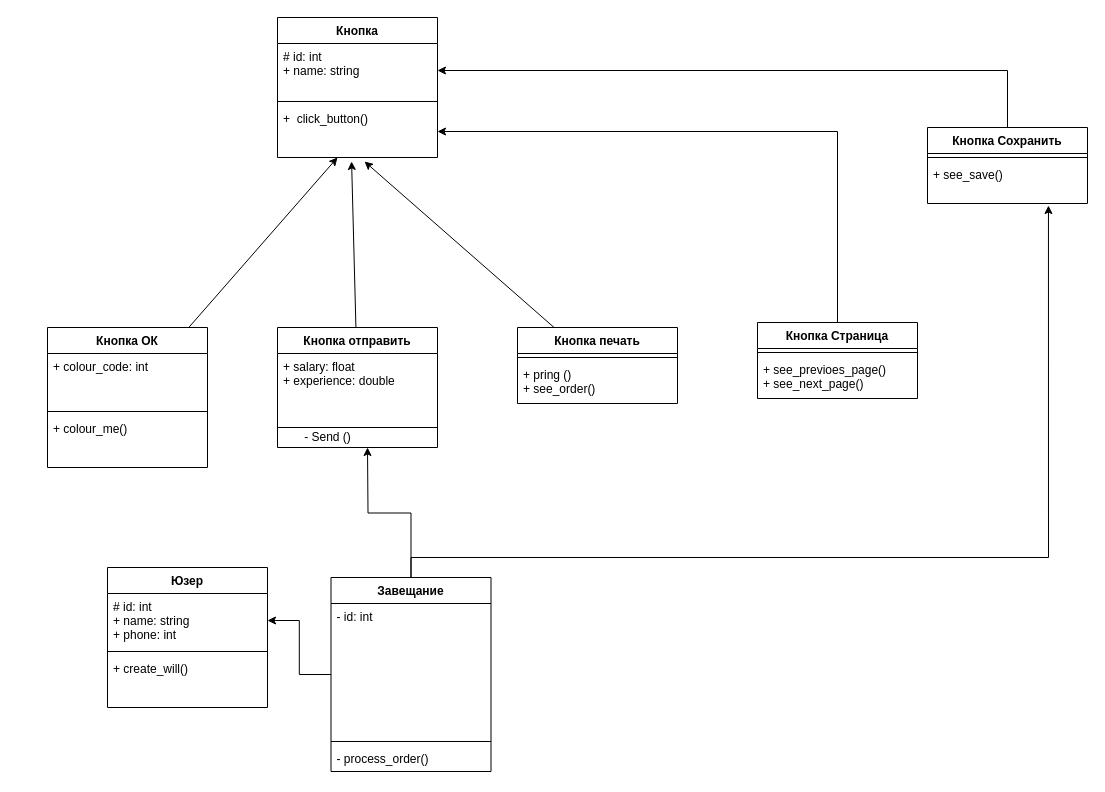
The draw.io diagram page "д-ма классов" (6 of 7) of afterlife.drawio.xml in EMitochondria/UML, before the edit. Source tidied: cells renumbered, new cells numbered last; positions are measured from the earlier drawing's top-left corner, leaving out a move shared by most shapes. Both pictures are drawn from the tidied source at 100%, with x=0, y=0 at pixel (47, 17).
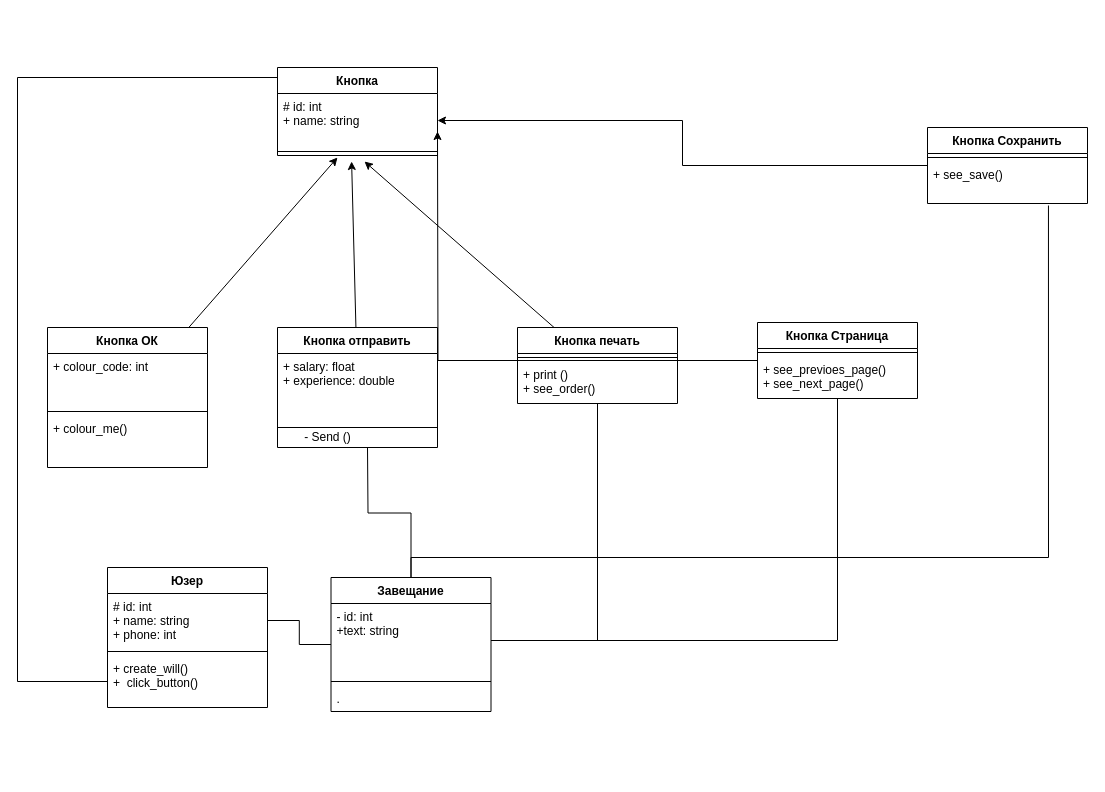
The same diagram, later.

The change refers to these unchanged cells:
```xml
<mxCell id="3" value="Кнопка ОК" style="swimlane;fontStyle=1;align=center;verticalAlign=top;horizontal=1;startSize=26;" parent="1" vertex="1">
  <mxGeometry y="310" width="160" height="140" as="geometry" />
</mxCell>
<mxCell id="9" value="Кнопка отправить" style="swimlane;fontStyle=1;align=center;verticalAlign=top;horizontal=1;startSize=26;" parent="1" vertex="1">
  <mxGeometry x="230" y="310" width="160" height="120" as="geometry" />
</mxCell>
<mxCell id="20" value="Кнопка печать" style="swimlane;fontStyle=1;align=center;verticalAlign=top;horizontal=1;startSize=26;" parent="1" vertex="1">
  <mxGeometry x="470" y="310" width="160" height="76" as="geometry" />
</mxCell>
<mxCell id="29" value="Кнопка Страница" style="swimlane;fontStyle=1;align=center;verticalAlign=top;horizontal=1;startSize=26;" parent="1" vertex="1">
  <mxGeometry x="710" y="305" width="160" height="76" as="geometry" />
</mxCell>
<mxCell id="35" value="+ see_save()" style="text;strokeColor=none;fillColor=none;align=left;verticalAlign=top;spacingLeft=4;spacingRight=4;overflow=hidden;points=[[0,0.5],[1,0.5]];portConstraint=eastwest;" parent="33" vertex="1">
  <mxGeometry y="34" width="160" height="42" as="geometry" />
</mxCell>
<mxCell id="36" value="Юзер" style="swimlane;fontStyle=1;align=center;verticalAlign=top;horizontal=1;startSize=26;" parent="1" vertex="1">
  <mxGeometry x="60" y="550" width="160" height="140" as="geometry" />
</mxCell>
<mxCell id="37" value="# id: int&#10;+ name: string&#10;+ phone: int &#10;&#10;" style="text;strokeColor=none;fillColor=none;align=left;verticalAlign=top;spacingLeft=4;spacingRight=4;overflow=hidden;points=[[0,0.5],[1,0.5]];portConstraint=eastwest;" parent="36" vertex="1">
  <mxGeometry y="26" width="160" height="54" as="geometry" />
</mxCell>
```

The edit, as a diff of the source:
```diff
@@
-    <mxCell id="2" style="edgeStyle=none;rounded=0;jettySize=auto;html=1;entryX=0.375;entryY=1;entryDx=0;entryDy=0;entryPerimeter=0;endArrow=classic;endFill=1;elbow=vertical;" parent="1" edge="1" source="3" target="26">
-      <mxGeometry relative="1" as="geometry" />
+    <mxCell id="2" style="edgeStyle=none;rounded=0;jettySize=auto;html=1;entryX=0.375;entryY=1;entryDx=0;entryDy=0;entryPerimeter=0;endArrow=classic;endFill=1;elbow=vertical;" parent="1" edge="1" source="3">
+      <mxGeometry relative="1" as="geometry">
+        <mxPoint x="290" y="140" as="targetPoint" />
+      </mxGeometry>
     </mxCell>
@@
-    <mxCell id="8" style="edgeStyle=none;rounded=0;jettySize=auto;html=1;entryX=0.463;entryY=1.077;entryDx=0;entryDy=0;entryPerimeter=0;endArrow=classic;endFill=1;elbow=vertical;" parent="1" edge="1" source="9" target="26">
-      <mxGeometry relative="1" as="geometry" />
+    <mxCell id="8" style="edgeStyle=none;rounded=0;jettySize=auto;html=1;entryX=0.463;entryY=1.077;entryDx=0;entryDy=0;entryPerimeter=0;endArrow=classic;endFill=1;elbow=vertical;" parent="1" edge="1" source="9">
+      <mxGeometry relative="1" as="geometry">
+        <mxPoint x="304.1" y="144" as="targetPoint" />
+      </mxGeometry>
     </mxCell>
@@
-    <mxCell id="12" style="edgeStyle=orthogonalEdgeStyle;rounded=0;jettySize=auto;html=1;entryX=1;entryY=0.5;entryDx=0;entryDy=0;" parent="1" edge="1" source="15" target="37">
+    <mxCell id="12" style="edgeStyle=orthogonalEdgeStyle;rounded=0;jettySize=auto;html=1;entryX=1;entryY=0.5;entryDx=0;entryDy=0;endArrow=none;endFill=0;" parent="1" edge="1" source="15" target="37">
       <mxGeometry relative="1" as="geometry" />
     </mxCell>
-    <mxCell id="13" style="edgeStyle=orthogonalEdgeStyle;rounded=0;jettySize=auto;html=1;entryX=0.756;entryY=1.048;entryDx=0;entryDy=0;entryPerimeter=0;" parent="1" edge="1" source="15" target="35">
+    <mxCell id="13" style="edgeStyle=orthogonalEdgeStyle;rounded=0;jettySize=auto;html=1;entryX=0.756;entryY=1.048;entryDx=0;entryDy=0;entryPerimeter=0;endArrow=none;endFill=0;" parent="1" edge="1" source="15" target="35">
       <mxGeometry relative="1" as="geometry">
         <Array as="points">
           <mxPoint x="364" y="540" />
           <mxPoint x="1001" y="540" />
         </Array>
       </mxGeometry>
     </mxCell>
-    <mxCell id="14" style="edgeStyle=orthogonalEdgeStyle;rounded=0;jettySize=auto;html=1;" parent="1" edge="1" source="15">
+    <mxCell id="14" style="edgeStyle=orthogonalEdgeStyle;rounded=0;jettySize=auto;html=1;endArrow=none;endFill=0;" parent="1" edge="1" source="15">
       <mxGeometry relative="1" as="geometry">
         <mxPoint x="320" y="430" as="targetPoint" />
       </mxGeometry>
     </mxCell>
     <mxCell id="15" value="Завещание" style="swimlane;fontStyle=1;align=center;verticalAlign=top;horizontal=1;startSize=26;" parent="1" vertex="1">
-      <mxGeometry x="283.5" y="560" width="160" height="194" as="geometry" />
+      <mxGeometry x="283.5" y="560" width="160" height="134" as="geometry" />
     </mxCell>
-    <mxCell id="16" value="- id: int&#10;" style="text;strokeColor=none;fillColor=none;align=left;verticalAlign=top;spacingLeft=4;spacingRight=4;overflow=hidden;points=[[0,0.5],[1,0.5]];portConstraint=eastwest;" parent="15" vertex="1">
-      <mxGeometry y="26" width="160" height="134" as="geometry" />
+    <mxCell id="16" value="- id: int&#10;+text: string" style="text;strokeColor=none;fillColor=none;align=left;verticalAlign=top;spacingLeft=4;spacingRight=4;overflow=hidden;points=[[0,0.5],[1,0.5]];portConstraint=eastwest;" parent="15" vertex="1">
+      <mxGeometry y="26" width="160" height="74" as="geometry" />
     </mxCell>
     <mxCell id="17" style="line;strokeWidth=1;fillColor=none;align=left;verticalAlign=middle;spacingTop=-1;spacingLeft=3;spacingRight=3;labelPosition=right;" parent="15" vertex="1">
-      <mxGeometry y="160" width="160" height="8" as="geometry" />
+      <mxGeometry y="100" width="160" height="8" as="geometry" />
     </mxCell>
-    <mxCell id="18" value="- process_order()" style="text;strokeColor=none;fillColor=none;align=left;verticalAlign=top;spacingLeft=4;spacingRight=4;overflow=hidden;" parent="15" vertex="1">
-      <mxGeometry y="168" width="160" height="26" as="geometry" />
+    <mxCell id="18" value="." style="text;strokeColor=none;fillColor=none;align=left;verticalAlign=top;spacingLeft=4;spacingRight=4;overflow=hidden;" parent="15" vertex="1">
+      <mxGeometry y="108" width="160" height="26" as="geometry" />
     </mxCell>
-    <mxCell id="19" style="edgeStyle=none;rounded=0;jettySize=auto;html=1;entryX=0.544;entryY=1.077;entryDx=0;entryDy=0;entryPerimeter=0;endArrow=classic;endFill=1;elbow=vertical;" parent="1" edge="1" source="20" target="26">
-      <mxGeometry relative="1" as="geometry" />
+    <mxCell id="19" style="edgeStyle=none;rounded=0;jettySize=auto;html=1;entryX=0.544;entryY=1.077;entryDx=0;entryDy=0;entryPerimeter=0;endArrow=classic;endFill=1;elbow=vertical;" parent="1" edge="1" source="20">
+      <mxGeometry relative="1" as="geometry">
+        <mxPoint x="317" y="144" as="targetPoint" />
+      </mxGeometry>
     </mxCell>
+    <mxCell id="40" style="edgeStyle=orthogonalEdgeStyle;rounded=0;jettySize=auto;html=1;endArrow=none;endFill=0;" parent="1" edge="1" source="20" target="16">
+      <mxGeometry relative="1" as="geometry" />
+    </mxCell>
@@
-    <mxCell id="22" value="+ pring ()&#10;+ see_order()" style="text;strokeColor=none;fillColor=none;align=left;verticalAlign=top;spacingLeft=4;spacingRight=4;overflow=hidden;" parent="20" vertex="1">
+    <mxCell id="22" value="+ print ()&#10;+ see_order()" style="text;strokeColor=none;fillColor=none;align=left;verticalAlign=top;spacingLeft=4;spacingRight=4;overflow=hidden;" parent="20" vertex="1">
       <mxGeometry y="34" width="160" height="42" as="geometry" />
     </mxCell>
+    <mxCell id="41" style="edgeStyle=orthogonalEdgeStyle;rounded=0;jettySize=auto;html=1;endArrow=none;endFill=0;entryX=0;entryY=0.5;entryDx=0;entryDy=0;" parent="1" edge="1" target="39">
+      <mxGeometry relative="1" as="geometry">
+        <mxPoint x="230" y="84" as="sourcePoint" />
+        <Array as="points">
+          <mxPoint x="230" y="60" />
+          <mxPoint x="-30" y="60" />
+          <mxPoint x="-30" y="664" />
+        </Array>
+      </mxGeometry>
+    </mxCell>
     <mxCell id="23" value="Кнопка" style="swimlane;fontStyle=1;align=center;verticalAlign=top;horizontal=1;startSize=26;" parent="1" vertex="1">
-      <mxGeometry x="230" width="160" height="140" as="geometry" />
+      <mxGeometry x="230" y="50" width="160" height="88" as="geometry" />
     </mxCell>
@@
-    <mxCell id="26" value="+  click_button()" style="text;strokeColor=none;fillColor=none;align=left;verticalAlign=top;spacingLeft=4;spacingRight=4;overflow=hidden;points=[[0,0.5],[1,0.5]];portConstraint=eastwest;" parent="23" vertex="1">
-      <mxGeometry y="88" width="160" height="52" as="geometry" />
-    </mxCell>
@@
-    <mxCell id="28" style="edgeStyle=orthogonalEdgeStyle;rounded=0;jettySize=auto;html=1;" parent="1" edge="1" source="29" target="26">
-      <mxGeometry relative="1" as="geometry" />
+    <mxCell id="28" style="edgeStyle=orthogonalEdgeStyle;rounded=0;jettySize=auto;html=1;" parent="1" edge="1" source="29">
+      <mxGeometry relative="1" as="geometry">
+        <mxPoint x="390" y="114" as="targetPoint" />
+      </mxGeometry>
     </mxCell>
+    <mxCell id="42" style="edgeStyle=orthogonalEdgeStyle;rounded=0;jettySize=auto;html=1;entryX=1;entryY=0.5;entryDx=0;entryDy=0;endArrow=none;endFill=0;" parent="1" edge="1" source="29" target="16">
+      <mxGeometry relative="1" as="geometry" />
+    </mxCell>
@@
-    <mxCell id="39" value="+ create_will()" style="text;strokeColor=none;fillColor=none;align=left;verticalAlign=top;spacingLeft=4;spacingRight=4;overflow=hidden;points=[[0,0.5],[1,0.5]];portConstraint=eastwest;" parent="36" vertex="1">
+    <mxCell id="39" value="+ create_will()&#10;+  click_button()" style="text;strokeColor=none;fillColor=none;align=left;verticalAlign=top;spacingLeft=4;spacingRight=4;overflow=hidden;points=[[0,0.5],[1,0.5]];portConstraint=eastwest;" parent="36" vertex="1">
       <mxGeometry y="88" width="160" height="52" as="geometry" />
     </mxCell>
```
